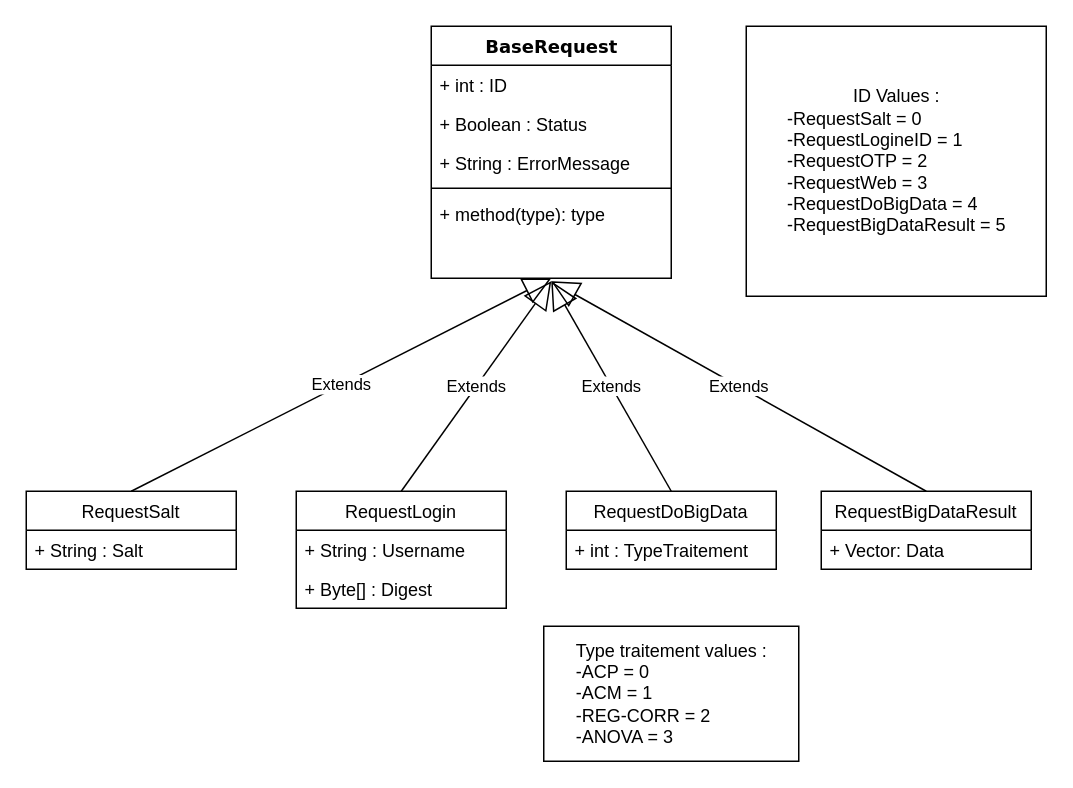
Sirorco/Isil-Data-Scientist keeps this draw.io diagram as Protocole/Protocole.drawio. Above is the earlier version. Source tidied: cells renumbered, new cells numbered last; positions are measured from the earlier drawing's top-left corner, leaving out a move shared by most shapes. Both pictures are drawn from the tidied source at 150%, with x=0, y=0 at pixel (26, 26).
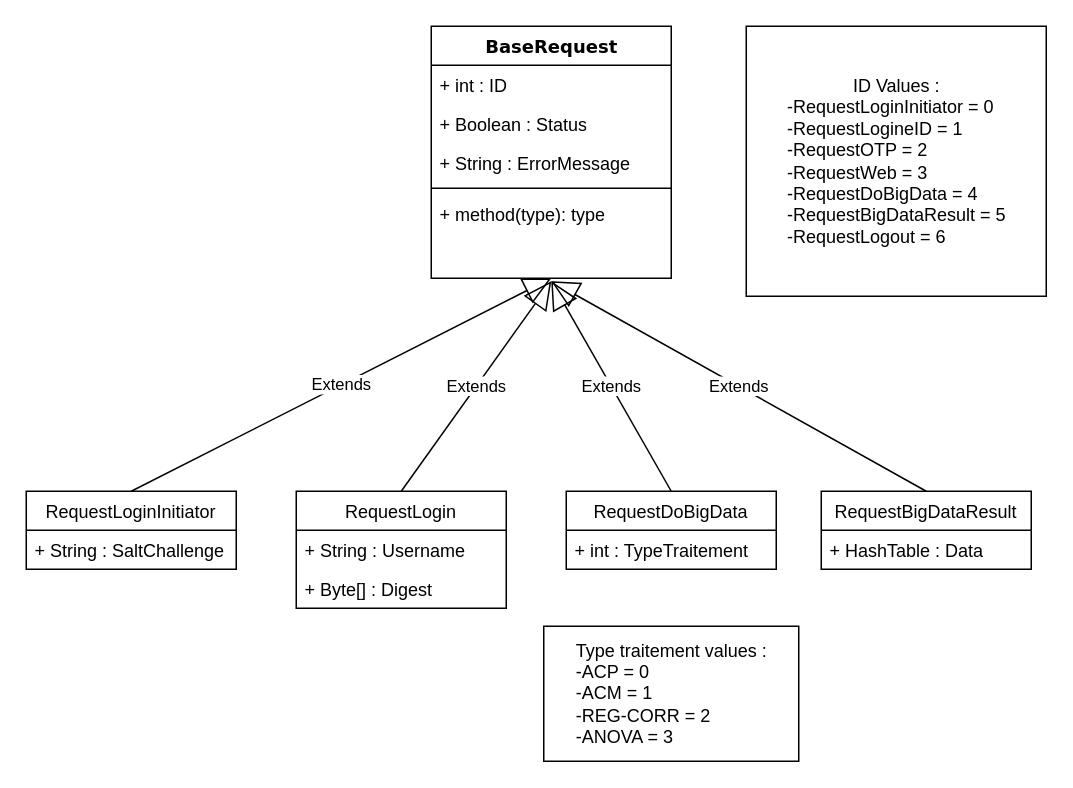
The same diagram, later.

The change refers to these unchanged cells:
```xml
<mxCell id="18" value="RequestBigDataResult" style="swimlane;fontStyle=0;horizontal=1;startSize=26;fillColor=none;" parent="1" vertex="1">
  <mxGeometry x="530" y="310" width="140" height="52" as="geometry" />
</mxCell>
```

Change to the diagram source:
```diff
@@
-    <mxCell id="8" value="RequestSalt" style="swimlane;fontStyle=0;horizontal=1;startSize=26;fillColor=none;" parent="1" vertex="1">
+    <mxCell id="8" value="RequestLoginInitiator" style="swimlane;fontStyle=0;horizontal=1;startSize=26;fillColor=none;" parent="1" vertex="1">
       <mxGeometry y="310" width="140" height="52" as="geometry" />
     </mxCell>
-    <mxCell id="9" value="+ String : Salt" style="text;strokeColor=none;fillColor=none;align=left;verticalAlign=top;spacingLeft=4;spacingRight=4;overflow=hidden;" parent="8" vertex="1">
+    <mxCell id="9" value="+ String : SaltChallenge" style="text;strokeColor=none;fillColor=none;align=left;verticalAlign=top;spacingLeft=4;spacingRight=4;overflow=hidden;" parent="8" vertex="1">
       <mxGeometry y="26" width="140" height="26" as="geometry" />
     </mxCell>
@@
-    <mxCell id="15" value="ID Values :&lt;br&gt;&lt;div align=&quot;left&quot;&gt;-RequestSalt = 0&lt;br&gt;&lt;/div&gt;&lt;div align=&quot;left&quot;&gt;-RequestLogineID = 1&lt;/div&gt;&lt;div align=&quot;left&quot;&gt;-RequestOTP = 2&lt;/div&gt;&lt;div align=&quot;left&quot;&gt;-RequestWeb = 3&lt;/div&gt;&lt;div align=&quot;left&quot;&gt;-RequestDoBigData = 4&lt;br&gt;&lt;/div&gt;&lt;div align=&quot;left&quot;&gt;-RequestBigDataResult = 5&lt;br&gt;&lt;/div&gt;" style="html=1;" parent="1" vertex="1">
+    <mxCell id="15" value="ID Values :&lt;br&gt;&lt;div align=&quot;left&quot;&gt;-RequestLoginInitiator = 0&lt;br&gt;&lt;/div&gt;&lt;div align=&quot;left&quot;&gt;-RequestLogineID = 1&lt;/div&gt;&lt;div align=&quot;left&quot;&gt;-RequestOTP = 2&lt;/div&gt;&lt;div align=&quot;left&quot;&gt;-RequestWeb = 3&lt;/div&gt;&lt;div align=&quot;left&quot;&gt;-RequestDoBigData = 4&lt;br&gt;&lt;/div&gt;&lt;div align=&quot;left&quot;&gt;-RequestBigDataResult = 5&lt;/div&gt;&lt;div align=&quot;left&quot;&gt;-RequestLogout = 6&lt;br&gt;&lt;/div&gt;" style="html=1;" parent="1" vertex="1">
       <mxGeometry x="480" width="200" height="180" as="geometry" />
     </mxCell>
@@
-    <mxCell id="19" value="+ Vector: Data" style="text;strokeColor=none;fillColor=none;align=left;verticalAlign=top;spacingLeft=4;spacingRight=4;overflow=hidden;" parent="18" vertex="1">
+    <mxCell id="19" value="+ HashTable : Data" style="text;strokeColor=none;fillColor=none;align=left;verticalAlign=top;spacingLeft=4;spacingRight=4;overflow=hidden;" parent="18" vertex="1">
       <mxGeometry y="26" width="140" height="26" as="geometry" />
     </mxCell>
```
